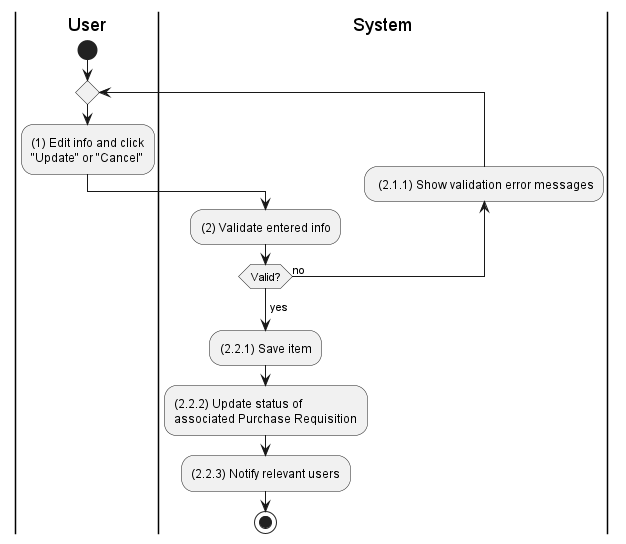
phihungha/scmss-reqs keeps this PlantUML diagram as activities/purchase-order-update.png. Above is the earlier version.
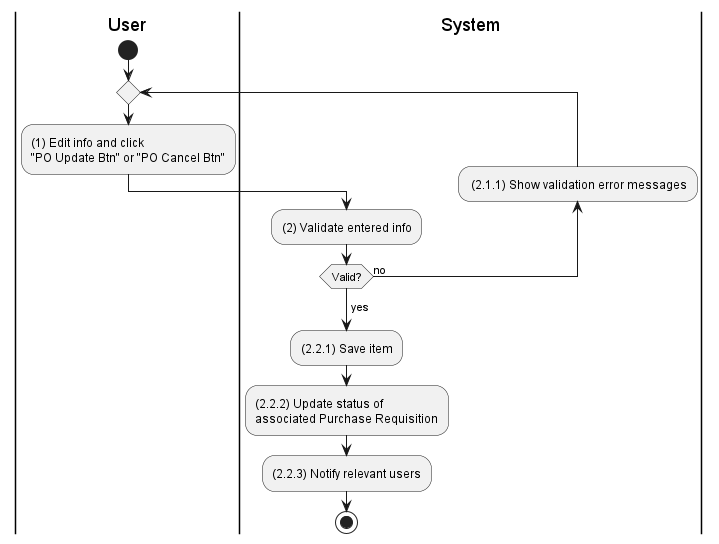
After the change.

What changed in the source:
```diff
@@ -5,7 +5,7 @@
 |u|
 start
 repeat
-    :(1) Edit info and click\n"Update" or "Cancel";
+    :(1) Edit info and click\n"PO Update Btn" or "PO Cancel Btn";
     |s|
     :(2) Validate entered info;
     backward: (2.1.1) Show validation error messages;
```
